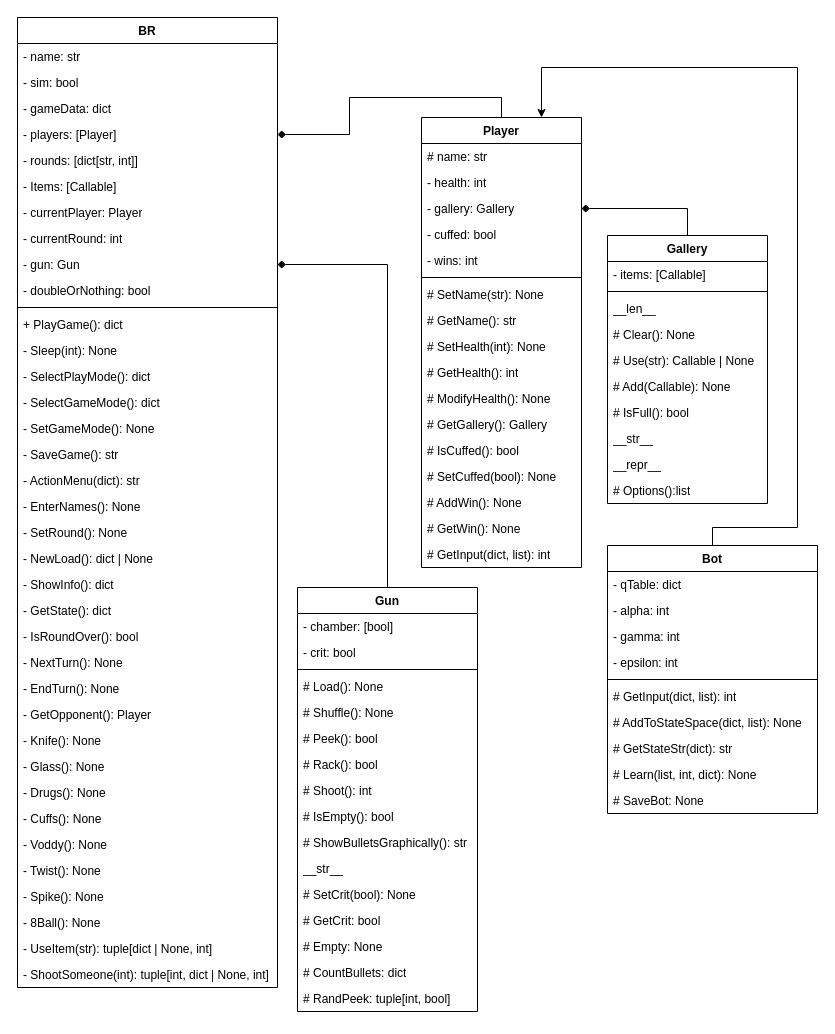
Earlier version of the draw.io diagram BR_OOPDiagram.drawio (StreetTT/BackshotRoulette). Source tidied: cells renumbered, new cells numbered last; positions are measured from the earlier drawing's top-left corner, leaving out a move shared by most shapes. Both pictures are drawn from the tidied source at 100%, with x=0, y=0 at pixel (17, 17).
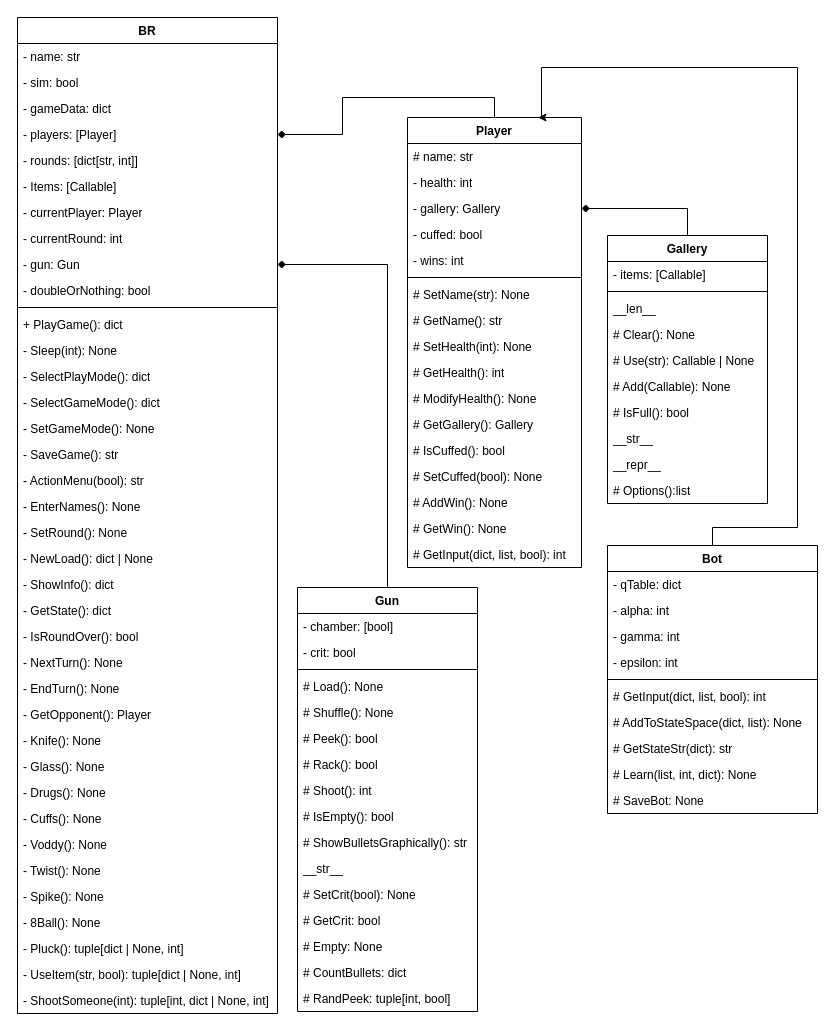
Above is the later version.

Commit message (it also covers changes not shown here):
Another New Item - Pluck

Pluck()
Allows you to steal and use an item from your opponent

The change refers to these unchanged cells:
```xml
<mxCell id="90" value="Bot" style="swimlane;fontStyle=1;align=center;verticalAlign=top;horizontal=1;startSize=26;whiteSpace=wrap;html=1;" parent="1" vertex="1">
  <mxGeometry x="590" y="528" width="210" height="268" as="geometry" />
</mxCell>
```

The edit, as a diff of the source:
```diff
@@
     <mxCell id="2" value="BR" style="swimlane;fontStyle=1;align=center;verticalAlign=top;horizontal=1;startSize=26;whiteSpace=wrap;html=1;" parent="1" vertex="1">
-      <mxGeometry width="260" height="970" as="geometry" />
+      <mxGeometry width="260" height="996" as="geometry" />
     </mxCell>
@@
-    <mxCell id="20" value="- ActionMenu(dict): str" style="text;strokeColor=none;fillColor=none;align=left;verticalAlign=top;spacingLeft=4;spacingRight=4;overflow=hidden;whiteSpace=wrap;html=1;" parent="2" vertex="1">
+    <mxCell id="20" value="- ActionMenu(bool): str" style="text;strokeColor=none;fillColor=none;align=left;verticalAlign=top;spacingLeft=4;spacingRight=4;overflow=hidden;whiteSpace=wrap;html=1;" parent="2" vertex="1">
       <mxGeometry y="450" width="260" height="26" as="geometry" />
     </mxCell>
@@
+    <mxCell id="101" value="- Pluck(): tuple[dict | None, int]" style="text;strokeColor=none;fillColor=none;align=left;verticalAlign=top;spacingLeft=4;spacingRight=4;overflow=hidden;whiteSpace=wrap;html=1;" parent="2" vertex="1">
+      <mxGeometry y="918" width="260" height="26" as="geometry" />
+    </mxCell>
-    <mxCell id="38" value="- UseItem(str): tuple[dict | None, int]" style="text;strokeColor=none;fillColor=none;align=left;verticalAlign=top;spacingLeft=4;spacingRight=4;overflow=hidden;whiteSpace=wrap;html=1;" parent="2" vertex="1">
-      <mxGeometry y="918" width="260" height="26" as="geometry" />
+    <mxCell id="38" value="- UseItem(str, bool): tuple[dict | None, int]" style="text;strokeColor=none;fillColor=none;align=left;verticalAlign=top;spacingLeft=4;spacingRight=4;overflow=hidden;whiteSpace=wrap;html=1;" parent="2" vertex="1">
+      <mxGeometry y="944" width="260" height="26" as="geometry" />
     </mxCell>
     <mxCell id="39" value="- ShootSomeone(int): tuple[int, dict | None, int]" style="text;strokeColor=none;fillColor=none;align=left;verticalAlign=top;spacingLeft=4;spacingRight=4;overflow=hidden;whiteSpace=wrap;html=1;" parent="2" vertex="1">
-      <mxGeometry y="944" width="260" height="26" as="geometry" />
+      <mxGeometry y="970" width="260" height="26" as="geometry" />
     </mxCell>
@@
     <mxCell id="41" value="Player" style="swimlane;fontStyle=1;align=center;verticalAlign=top;horizontal=1;startSize=26;whiteSpace=wrap;html=1;" parent="1" vertex="1">
-      <mxGeometry x="404" y="100" width="160" height="450" as="geometry" />
+      <mxGeometry x="390" y="100" width="174" height="450" as="geometry" />
     </mxCell>
     <mxCell id="42" value="# name: str" style="text;strokeColor=none;fillColor=none;align=left;verticalAlign=top;spacingLeft=4;spacingRight=4;overflow=hidden;whiteSpace=wrap;html=1;" parent="41" vertex="1">
-      <mxGeometry y="26" width="160" height="26" as="geometry" />
+      <mxGeometry y="26" width="174" height="26" as="geometry" />
     </mxCell>
     <mxCell id="43" value="- health: int" style="text;strokeColor=none;fillColor=none;align=left;verticalAlign=top;spacingLeft=4;spacingRight=4;overflow=hidden;whiteSpace=wrap;html=1;" parent="41" vertex="1">
-      <mxGeometry y="52" width="160" height="26" as="geometry" />
+      <mxGeometry y="52" width="174" height="26" as="geometry" />
     </mxCell>
     <mxCell id="44" value="- gallery: Gallery" style="text;strokeColor=none;fillColor=none;align=left;verticalAlign=top;spacingLeft=4;spacingRight=4;overflow=hidden;points=[[0,0.5],[1,0.5]];portConstraint=eastwest;whiteSpace=wrap;html=1;" parent="41" vertex="1">
-      <mxGeometry y="78" width="160" height="26" as="geometry" />
+      <mxGeometry y="78" width="174" height="26" as="geometry" />
     </mxCell>
     <mxCell id="45" value="- cuffed: bool" style="text;strokeColor=none;fillColor=none;align=left;verticalAlign=top;spacingLeft=4;spacingRight=4;overflow=hidden;whiteSpace=wrap;html=1;" parent="41" vertex="1">
-      <mxGeometry y="104" width="160" height="26" as="geometry" />
+      <mxGeometry y="104" width="174" height="26" as="geometry" />
     </mxCell>
     <mxCell id="46" value="- wins: int" style="text;strokeColor=none;fillColor=none;align=left;verticalAlign=top;spacingLeft=4;spacingRight=4;overflow=hidden;whiteSpace=wrap;html=1;" parent="41" vertex="1">
-      <mxGeometry y="130" width="160" height="26" as="geometry" />
+      <mxGeometry y="130" width="174" height="26" as="geometry" />
     </mxCell>
     <mxCell id="47" style="line;strokeWidth=1;fillColor=none;align=left;verticalAlign=middle;spacingTop=-1;spacingLeft=3;spacingRight=3;labelPosition=right;strokeColor=inherit;" parent="41" vertex="1">
-      <mxGeometry y="156" width="160" height="8" as="geometry" />
+      <mxGeometry y="156" width="174" height="8" as="geometry" />
     </mxCell>
     <mxCell id="48" value="# SetName(str): None" style="text;strokeColor=none;fillColor=none;align=left;verticalAlign=top;spacingLeft=4;spacingRight=4;overflow=hidden;whiteSpace=wrap;html=1;" parent="41" vertex="1">
-      <mxGeometry y="164" width="160" height="26" as="geometry" />
+      <mxGeometry y="164" width="174" height="26" as="geometry" />
     </mxCell>
     <mxCell id="49" value="# GetName(): str" style="text;strokeColor=none;fillColor=none;align=left;verticalAlign=top;spacingLeft=4;spacingRight=4;overflow=hidden;whiteSpace=wrap;html=1;" parent="41" vertex="1">
-      <mxGeometry y="190" width="160" height="26" as="geometry" />
+      <mxGeometry y="190" width="174" height="26" as="geometry" />
     </mxCell>
     <mxCell id="50" value="# SetHealth(int): None" style="text;strokeColor=none;fillColor=none;align=left;verticalAlign=top;spacingLeft=4;spacingRight=4;overflow=hidden;whiteSpace=wrap;html=1;" parent="41" vertex="1">
-      <mxGeometry y="216" width="160" height="26" as="geometry" />
+      <mxGeometry y="216" width="174" height="26" as="geometry" />
     </mxCell>
     <mxCell id="51" value="# GetHealth(): int" style="text;strokeColor=none;fillColor=none;align=left;verticalAlign=top;spacingLeft=4;spacingRight=4;overflow=hidden;whiteSpace=wrap;html=1;" parent="41" vertex="1">
-      <mxGeometry y="242" width="160" height="26" as="geometry" />
+      <mxGeometry y="242" width="174" height="26" as="geometry" />
     </mxCell>
     <mxCell id="52" value="# ModifyHealth(): None" style="text;strokeColor=none;fillColor=none;align=left;verticalAlign=top;spacingLeft=4;spacingRight=4;overflow=hidden;whiteSpace=wrap;html=1;" parent="41" vertex="1">
-      <mxGeometry y="268" width="160" height="26" as="geometry" />
+      <mxGeometry y="268" width="174" height="26" as="geometry" />
     </mxCell>
     <mxCell id="53" value="# GetGallery(): Gallery" style="text;strokeColor=none;fillColor=none;align=left;verticalAlign=top;spacingLeft=4;spacingRight=4;overflow=hidden;whiteSpace=wrap;html=1;" parent="41" vertex="1">
-      <mxGeometry y="294" width="160" height="26" as="geometry" />
+      <mxGeometry y="294" width="174" height="26" as="geometry" />
     </mxCell>
     <mxCell id="54" value="# IsCuffed(): bool" style="text;strokeColor=none;fillColor=none;align=left;verticalAlign=top;spacingLeft=4;spacingRight=4;overflow=hidden;whiteSpace=wrap;html=1;" parent="41" vertex="1">
-      <mxGeometry y="320" width="160" height="26" as="geometry" />
+      <mxGeometry y="320" width="174" height="26" as="geometry" />
     </mxCell>
     <mxCell id="55" value="# SetCuffed(bool): None" style="text;strokeColor=none;fillColor=none;align=left;verticalAlign=top;spacingLeft=4;spacingRight=4;overflow=hidden;whiteSpace=wrap;html=1;" parent="41" vertex="1">
-      <mxGeometry y="346" width="160" height="26" as="geometry" />
+      <mxGeometry y="346" width="174" height="26" as="geometry" />
     </mxCell>
     <mxCell id="56" value="# AddWin(): None" style="text;strokeColor=none;fillColor=none;align=left;verticalAlign=top;spacingLeft=4;spacingRight=4;overflow=hidden;whiteSpace=wrap;html=1;" parent="41" vertex="1">
-      <mxGeometry y="372" width="160" height="26" as="geometry" />
+      <mxGeometry y="372" width="174" height="26" as="geometry" />
     </mxCell>
     <mxCell id="57" value="# GetWin(): None" style="text;strokeColor=none;fillColor=none;align=left;verticalAlign=top;spacingLeft=4;spacingRight=4;overflow=hidden;whiteSpace=wrap;html=1;" parent="41" vertex="1">
-      <mxGeometry y="398" width="160" height="26" as="geometry" />
+      <mxGeometry y="398" width="174" height="26" as="geometry" />
     </mxCell>
-    <mxCell id="58" value="# GetInput(dict, list): int" style="text;strokeColor=none;fillColor=none;align=left;verticalAlign=top;spacingLeft=4;spacingRight=4;overflow=hidden;whiteSpace=wrap;html=1;" parent="41" vertex="1">
-      <mxGeometry y="424" width="160" height="26" as="geometry" />
+    <mxCell id="58" value="# GetInput(dict, list, bool): int" style="text;strokeColor=none;fillColor=none;align=left;verticalAlign=top;spacingLeft=4;spacingRight=4;overflow=hidden;whiteSpace=wrap;html=1;" parent="41" vertex="1">
+      <mxGeometry y="424" width="174" height="26" as="geometry" />
     </mxCell>
@@
-    <mxCell id="96" value="# GetInput(dict, list): int" style="text;strokeColor=none;fillColor=none;align=left;verticalAlign=top;spacingLeft=4;spacingRight=4;overflow=hidden;whiteSpace=wrap;html=1;" parent="90" vertex="1">
+    <mxCell id="96" value="# GetInput(dict, list, bool): int" style="text;strokeColor=none;fillColor=none;align=left;verticalAlign=top;spacingLeft=4;spacingRight=4;overflow=hidden;whiteSpace=wrap;html=1;" parent="90" vertex="1">
       <mxGeometry y="138" width="210" height="26" as="geometry" />
     </mxCell>
```
